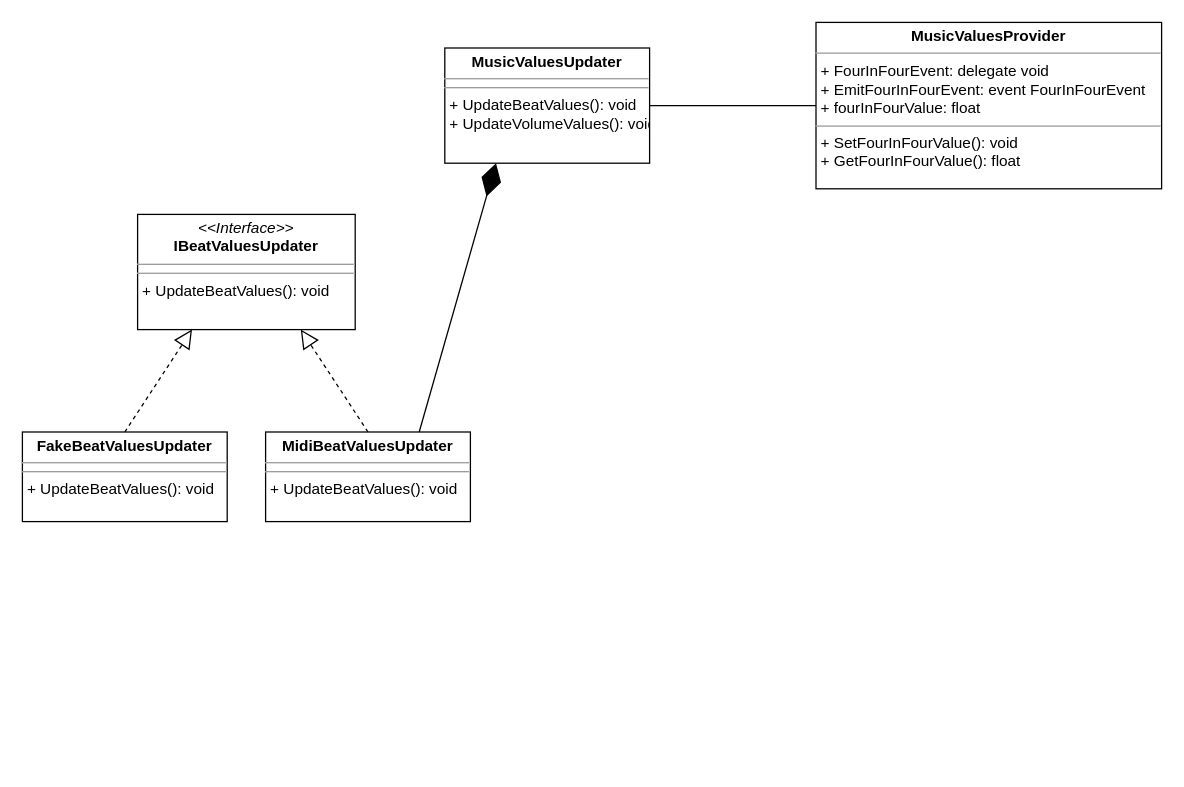
Above: user_music_input_architecture.drawio in brogli/realtime-audioreactive-music-visualization (draw.io), before the change. Source tidied: cells renumbered, new cells numbered last; positions are measured from the earlier drawing's top-left corner, leaving out a move shared by most shapes. Both pictures are drawn from the tidied source at 128%, with x=0, y=0 at pixel (22, 22).
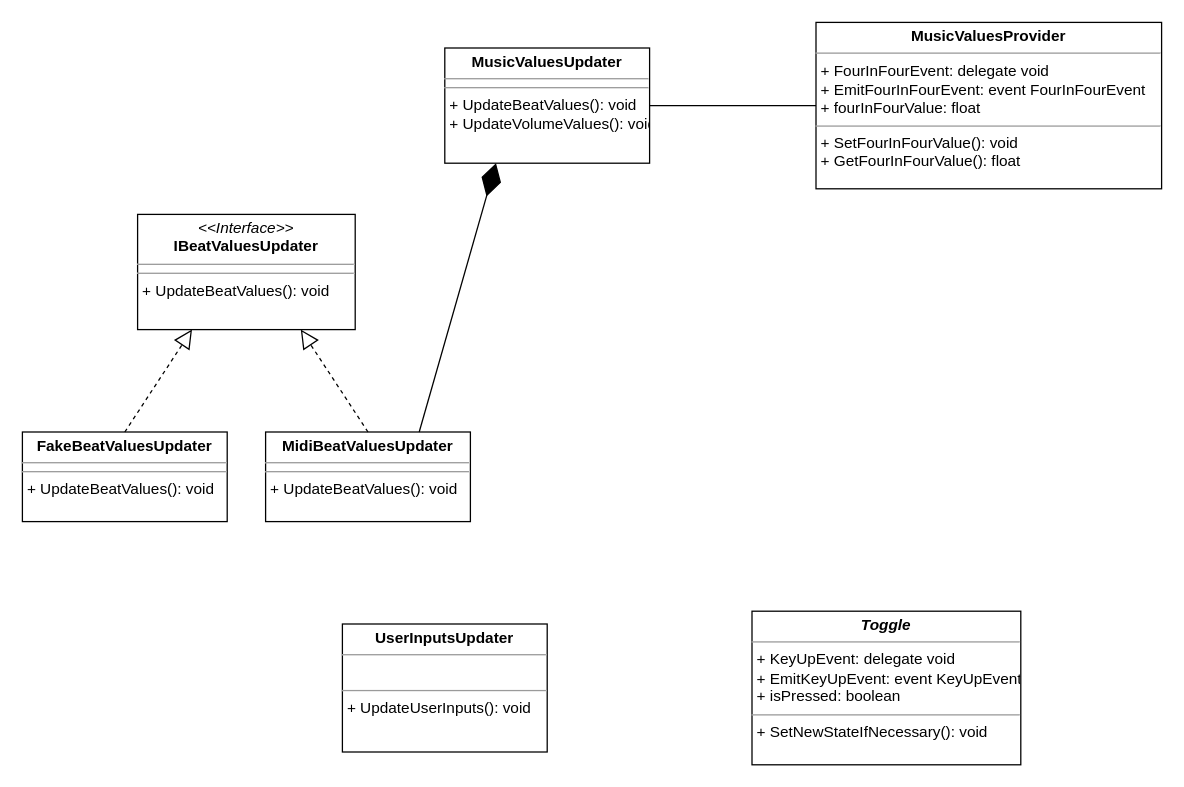
Above is the later version.

Diff of the diagram source:
```diff
@@
 <mxGraphModel>
   <root>
     <mxCell id="0" />
     <mxCell id="1" parent="0" />
     <mxCell id="2" value="&lt;p style=&quot;margin: 0px ; margin-top: 4px ; text-align: center&quot;&gt;&lt;b&gt;MidiBeatValuesUpdater&lt;/b&gt;&lt;br&gt;&lt;/p&gt;&lt;hr size=&quot;1&quot;&gt;&lt;hr size=&quot;1&quot;&gt;&lt;p style=&quot;margin: 0px ; margin-left: 4px&quot;&gt;+ UpdateBeatValues(): void&lt;br&gt;&lt;/p&gt;" style="verticalAlign=top;align=left;overflow=fill;fontSize=12;fontFamily=Helvetica;html=1;" parent="1" vertex="1">
       <mxGeometry x="190" y="320" width="160" height="70" as="geometry" />
     </mxCell>
     <mxCell id="3" value="&lt;p style=&quot;margin: 0px ; margin-top: 4px ; text-align: center&quot;&gt;&lt;i&gt;&amp;lt;&amp;lt;Interface&amp;gt;&amp;gt;&lt;/i&gt;&lt;br&gt;&lt;b&gt;IBeatValuesUpdater&lt;/b&gt;&lt;/p&gt;&lt;hr size=&quot;1&quot;&gt;&lt;hr size=&quot;1&quot;&gt;&lt;p style=&quot;margin: 0px ; margin-left: 4px&quot;&gt;+ UpdateBeatValues(): void&lt;/p&gt;" style="verticalAlign=top;align=left;overflow=fill;fontSize=12;fontFamily=Helvetica;html=1;" parent="1" vertex="1">
       <mxGeometry x="90" y="150" width="170" height="90" as="geometry" />
     </mxCell>
     <mxCell id="4" value="&lt;p style=&quot;margin: 0px ; margin-top: 4px ; text-align: center&quot;&gt;&lt;b&gt;FakeBeatValuesUpdater&lt;/b&gt;&lt;br&gt;&lt;/p&gt;&lt;hr size=&quot;1&quot;&gt;&lt;hr size=&quot;1&quot;&gt;&lt;p style=&quot;margin: 0px ; margin-left: 4px&quot;&gt;+ UpdateBeatValues(): void&lt;br&gt;&lt;/p&gt;" style="verticalAlign=top;align=left;overflow=fill;fontSize=12;fontFamily=Helvetica;html=1;" parent="1" vertex="1">
       <mxGeometry y="320" width="160" height="70" as="geometry" />
     </mxCell>
     <mxCell id="5" style="endArrow=block;dashed=1;endFill=0;endSize=12;html=1;entryX=0.25;entryY=1;entryDx=0;entryDy=0;exitX=0.5;exitY=0;exitDx=0;exitDy=0;" parent="1" edge="1" source="4" target="3">
       <mxGeometry relative="1" as="geometry" />
     </mxCell>
     <mxCell id="6" style="endArrow=block;dashed=1;endFill=0;endSize=12;html=1;entryX=0.75;entryY=1;entryDx=0;entryDy=0;exitX=0.5;exitY=0;exitDx=0;exitDy=0;" parent="1" edge="1" source="2" target="3">
       <mxGeometry relative="1" as="geometry" />
     </mxCell>
     <mxCell id="7" value="&lt;p style=&quot;margin: 0px ; margin-top: 4px ; text-align: center&quot;&gt;&lt;b&gt;MusicValuesUpdater&lt;/b&gt;&lt;br&gt;&lt;/p&gt;&lt;hr size=&quot;1&quot;&gt;&lt;hr size=&quot;1&quot;&gt;&lt;p style=&quot;margin: 0px ; margin-left: 4px&quot;&gt;+ UpdateBeatValues(): void&lt;/p&gt;&lt;p style=&quot;margin: 0px ; margin-left: 4px&quot;&gt;+ UpdateVolumeValues(): void&lt;/p&gt;" style="verticalAlign=top;align=left;overflow=fill;fontSize=12;fontFamily=Helvetica;html=1;" parent="1" vertex="1">
       <mxGeometry x="330" y="20" width="160" height="90" as="geometry" />
     </mxCell>
     <mxCell id="8" style="endArrow=diamondThin;endFill=1;endSize=24;html=1;exitX=0.75;exitY=0;exitDx=0;exitDy=0;entryX=0.25;entryY=1;entryDx=0;entryDy=0;" parent="1" edge="1" source="2" target="7">
       <mxGeometry relative="1" as="geometry" />
     </mxCell>
     <mxCell id="9" value="&lt;p style=&quot;margin: 0px ; margin-top: 4px ; text-align: center&quot;&gt;&lt;b&gt;MusicValuesProvider&lt;/b&gt;&lt;/p&gt;&lt;hr size=&quot;1&quot;&gt;&lt;p style=&quot;margin: 0px ; margin-left: 4px&quot;&gt;+ FourInFourEvent: delegate void&lt;br&gt;&lt;/p&gt;&lt;p style=&quot;margin: 0px ; margin-left: 4px&quot;&gt;+ EmitFourInFourEvent: event FourInFourEvent&lt;br&gt;&lt;/p&gt;&lt;p style=&quot;margin: 0px ; margin-left: 4px&quot;&gt;+ fourInFourValue: float&lt;/p&gt;&lt;hr size=&quot;1&quot;&gt;&lt;p style=&quot;margin: 0px ; margin-left: 4px&quot;&gt;+ SetFourInFourValue(): void&lt;/p&gt;&lt;p style=&quot;margin: 0px ; margin-left: 4px&quot;&gt;+ GetFourInFourValue(): float&lt;/p&gt;" style="verticalAlign=top;align=left;overflow=fill;fontSize=12;fontFamily=Helvetica;html=1;" parent="1" vertex="1">
       <mxGeometry x="620" width="270" height="130" as="geometry" />
     </mxCell>
     <mxCell id="10" style="endArrow=none;html=1;edgeStyle=orthogonalEdgeStyle;entryX=0;entryY=0.5;entryDx=0;entryDy=0;exitX=1;exitY=0.5;exitDx=0;exitDy=0;" parent="1" edge="1" source="7" target="9">
       <mxGeometry relative="1" as="geometry" />
     </mxCell>
+    <mxCell id="11" value="&lt;p style=&quot;margin: 0px ; margin-top: 4px ; text-align: center&quot;&gt;&lt;i&gt;&lt;b&gt;Toggle&lt;/b&gt;&lt;/i&gt;&lt;/p&gt;&lt;hr size=&quot;1&quot;&gt;&lt;p style=&quot;margin: 0px ; margin-left: 4px&quot;&gt;+ KeyUpEvent: delegate void&lt;/p&gt;&lt;p style=&quot;margin: 0px ; margin-left: 4px&quot;&gt;+ EmitKeyUpEvent: event KeyUpEvent&lt;br&gt;&lt;/p&gt;&lt;p style=&quot;margin: 0px ; margin-left: 4px&quot;&gt;+ isPressed: boolean&lt;br&gt;&lt;/p&gt;&lt;hr size=&quot;1&quot;&gt;&lt;p style=&quot;margin: 0px ; margin-left: 4px&quot;&gt;+ SetNewStateIfNecessary(): void&lt;br&gt;&lt;/p&gt;" style="verticalAlign=top;align=left;overflow=fill;fontSize=12;fontFamily=Helvetica;html=1;" parent="1" vertex="1">
+      <mxGeometry x="570" y="460" width="210" height="120" as="geometry" />
+    </mxCell>
+    <mxCell id="12" value="&lt;p style=&quot;margin: 0px ; margin-top: 4px ; text-align: center&quot;&gt;&lt;b&gt;UserInputsUpdater&lt;/b&gt;&lt;/p&gt;&lt;hr size=&quot;1&quot;&gt;&lt;p style=&quot;margin: 0px ; margin-left: 4px&quot;&gt;&lt;br&gt;&lt;/p&gt;&lt;hr size=&quot;1&quot;&gt;&lt;p style=&quot;margin: 0px ; margin-left: 4px&quot;&gt;+ UpdateUserInputs(): void&lt;br&gt;&lt;/p&gt;" style="verticalAlign=top;align=left;overflow=fill;fontSize=12;fontFamily=Helvetica;html=1;" parent="1" vertex="1">
+      <mxGeometry x="250" y="470" width="160" height="100" as="geometry" />
+    </mxCell>
   </root>
 </mxGraphModel>
```
